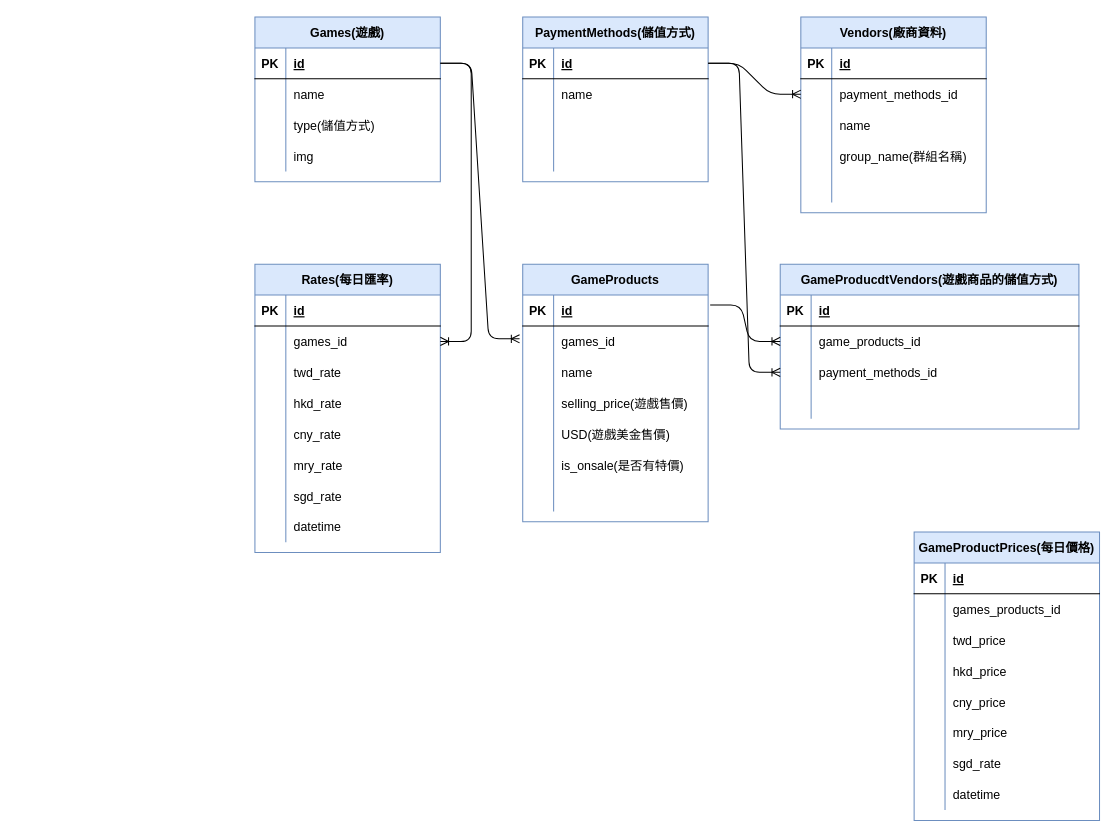
Earlier version of the draw.io diagram Untitled Diagram.drawio (SuHsienChin/website). Source tidied: cells renumbered, new cells numbered last; positions are measured from the earlier drawing's top-left corner, leaving out a move shared by most shapes. Both pictures are drawn from the tidied source at 103%, with x=0, y=0 at pixel (254, 16).
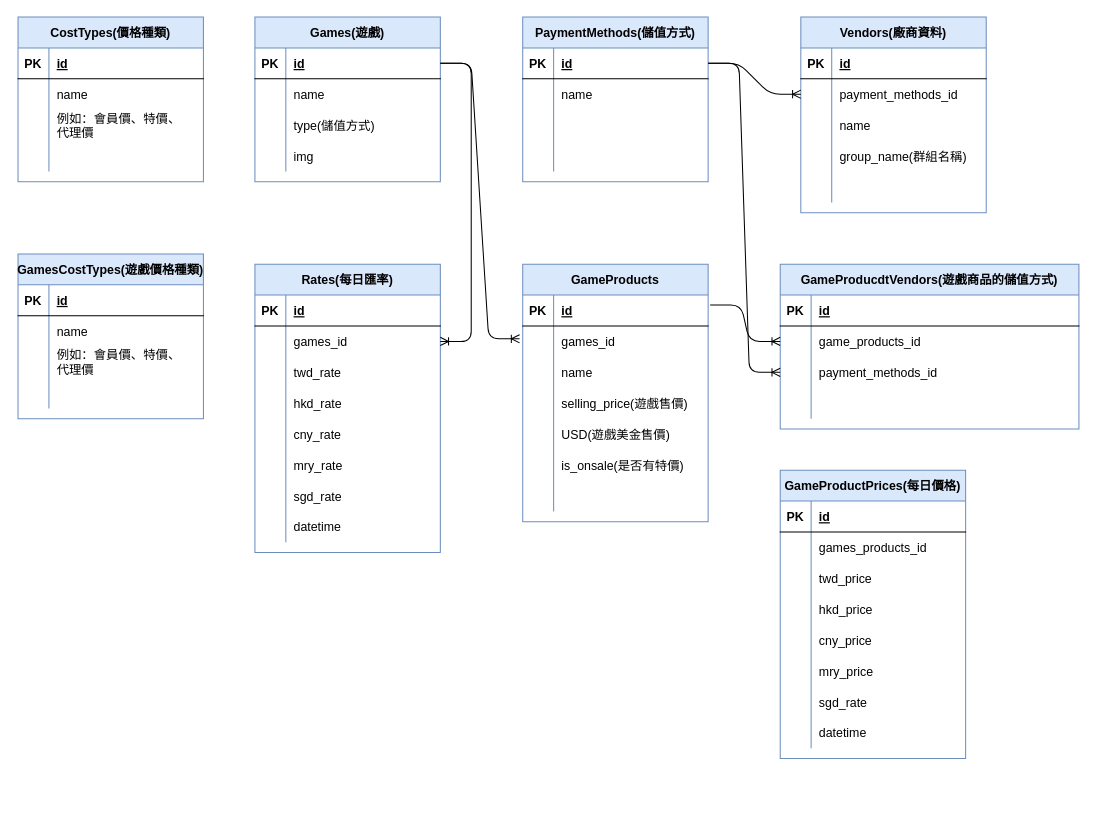
Above is the later version.

The edit, as a diff of the source:
```diff
@@
     <mxCell id="64" value="GameProductPrices(每日價格)" style="shape=table;startSize=30;childLayout=tableLayout;rowLines=0;fontStyle=1;align=center;fillColor=#dae8fc;strokeColor=#6c8ebf;" parent="1" vertex="1">
-      <mxGeometry x="640" y="500" width="180" height="280" as="geometry" />
+      <mxGeometry x="510" y="440" width="180" height="280" as="geometry" />
     </mxCell>
@@
+    <mxCell id="134" value="CostTypes(價格種類)" style="shape=table;startSize=30;childLayout=tableLayout;rowLines=0;fontStyle=1;align=center;fillColor=#dae8fc;strokeColor=#6c8ebf;" parent="1" vertex="1">
+      <mxGeometry x="-230" width="180" height="160" as="geometry" />
+    </mxCell>
+    <mxCell id="135" style="shape=partialRectangle;fillColor=none;top=0;left=0;bottom=1;right=0;" parent="134" vertex="1">
+      <mxGeometry y="30" width="180" height="30" as="geometry" />
+    </mxCell>
+    <mxCell id="136" value="PK" style="shape=partialRectangle;fillColor=none;top=0;left=0;bottom=0;right=0;fontStyle=1;overflow=hidden;" parent="135" vertex="1">
+      <mxGeometry width="30" height="30" as="geometry" />
+    </mxCell>
+    <mxCell id="137" value="id" style="shape=partialRectangle;fillColor=none;top=0;left=0;bottom=0;right=0;align=left;spacingLeft=6;fontStyle=5;overflow=hidden;" parent="135" vertex="1">
+      <mxGeometry x="30" width="150" height="30" as="geometry" />
+    </mxCell>
+    <mxCell id="138" style="shape=partialRectangle;fillColor=none;top=0;left=0;bottom=0;right=0;" parent="134" vertex="1">
+      <mxGeometry y="60" width="180" height="30" as="geometry" />
+    </mxCell>
+    <mxCell id="139" style="shape=partialRectangle;fillColor=none;top=0;left=0;bottom=0;right=0;overflow=hidden;" parent="138" vertex="1">
+      <mxGeometry width="30" height="30" as="geometry" />
+    </mxCell>
+    <mxCell id="140" value="name" style="shape=partialRectangle;fillColor=none;top=0;left=0;bottom=0;right=0;align=left;spacingLeft=6;overflow=hidden;" parent="138" vertex="1">
+      <mxGeometry x="30" width="150" height="30" as="geometry" />
+    </mxCell>
+    <mxCell id="141" style="shape=partialRectangle;fillColor=none;top=0;left=0;bottom=0;right=0;" parent="134" vertex="1">
+      <mxGeometry y="90" width="180" height="30" as="geometry" />
+    </mxCell>
+    <mxCell id="142" style="shape=partialRectangle;fillColor=none;top=0;left=0;bottom=0;right=0;overflow=hidden;" parent="141" vertex="1">
+      <mxGeometry width="30" height="30" as="geometry" />
+    </mxCell>
+    <mxCell id="143" value="例如：會員價、特價、&#10;代理價" style="shape=partialRectangle;fillColor=none;top=0;left=0;bottom=0;right=0;align=left;spacingLeft=6;overflow=hidden;" parent="141" vertex="1">
+      <mxGeometry x="30" width="150" height="30" as="geometry" />
+    </mxCell>
+    <mxCell id="144" style="shape=partialRectangle;fillColor=none;top=0;left=0;bottom=0;right=0;" parent="134" vertex="1">
+      <mxGeometry y="120" width="180" height="30" as="geometry" />
+    </mxCell>
+    <mxCell id="145" style="shape=partialRectangle;fillColor=none;top=0;left=0;bottom=0;right=0;overflow=hidden;" parent="144" vertex="1">
+      <mxGeometry width="30" height="30" as="geometry" />
+    </mxCell>
+    <mxCell id="146" style="shape=partialRectangle;fillColor=none;top=0;left=0;bottom=0;right=0;align=left;spacingLeft=6;overflow=hidden;" parent="144" vertex="1">
+      <mxGeometry x="30" width="150" height="30" as="geometry" />
+    </mxCell>
+    <mxCell id="147" value="GamesCostTypes(遊戲價格種類)" style="shape=table;startSize=30;childLayout=tableLayout;rowLines=0;fontStyle=1;align=center;fillColor=#dae8fc;strokeColor=#6c8ebf;" parent="1" vertex="1">
+      <mxGeometry x="-230" y="230" width="180" height="160" as="geometry" />
+    </mxCell>
+    <mxCell id="148" style="shape=partialRectangle;fillColor=none;top=0;left=0;bottom=1;right=0;" parent="147" vertex="1">
+      <mxGeometry y="30" width="180" height="30" as="geometry" />
+    </mxCell>
+    <mxCell id="149" value="PK" style="shape=partialRectangle;fillColor=none;top=0;left=0;bottom=0;right=0;fontStyle=1;overflow=hidden;" parent="148" vertex="1">
+      <mxGeometry width="30" height="30" as="geometry" />
+    </mxCell>
+    <mxCell id="150" value="id" style="shape=partialRectangle;fillColor=none;top=0;left=0;bottom=0;right=0;align=left;spacingLeft=6;fontStyle=5;overflow=hidden;" parent="148" vertex="1">
+      <mxGeometry x="30" width="150" height="30" as="geometry" />
+    </mxCell>
+    <mxCell id="151" style="shape=partialRectangle;fillColor=none;top=0;left=0;bottom=0;right=0;" parent="147" vertex="1">
+      <mxGeometry y="60" width="180" height="30" as="geometry" />
+    </mxCell>
+    <mxCell id="152" style="shape=partialRectangle;fillColor=none;top=0;left=0;bottom=0;right=0;overflow=hidden;" parent="151" vertex="1">
+      <mxGeometry width="30" height="30" as="geometry" />
+    </mxCell>
+    <mxCell id="153" value="name" style="shape=partialRectangle;fillColor=none;top=0;left=0;bottom=0;right=0;align=left;spacingLeft=6;overflow=hidden;" parent="151" vertex="1">
+      <mxGeometry x="30" width="150" height="30" as="geometry" />
+    </mxCell>
+    <mxCell id="154" style="shape=partialRectangle;fillColor=none;top=0;left=0;bottom=0;right=0;" parent="147" vertex="1">
+      <mxGeometry y="90" width="180" height="30" as="geometry" />
+    </mxCell>
+    <mxCell id="155" style="shape=partialRectangle;fillColor=none;top=0;left=0;bottom=0;right=0;overflow=hidden;" parent="154" vertex="1">
+      <mxGeometry width="30" height="30" as="geometry" />
+    </mxCell>
+    <mxCell id="156" value="例如：會員價、特價、&#10;代理價" style="shape=partialRectangle;fillColor=none;top=0;left=0;bottom=0;right=0;align=left;spacingLeft=6;overflow=hidden;" parent="154" vertex="1">
+      <mxGeometry x="30" width="150" height="30" as="geometry" />
+    </mxCell>
+    <mxCell id="157" style="shape=partialRectangle;fillColor=none;top=0;left=0;bottom=0;right=0;" parent="147" vertex="1">
+      <mxGeometry y="120" width="180" height="30" as="geometry" />
+    </mxCell>
+    <mxCell id="158" style="shape=partialRectangle;fillColor=none;top=0;left=0;bottom=0;right=0;overflow=hidden;" parent="157" vertex="1">
+      <mxGeometry width="30" height="30" as="geometry" />
+    </mxCell>
+    <mxCell id="159" style="shape=partialRectangle;fillColor=none;top=0;left=0;bottom=0;right=0;align=left;spacingLeft=6;overflow=hidden;" parent="157" vertex="1">
+      <mxGeometry x="30" width="150" height="30" as="geometry" />
+    </mxCell>
```
